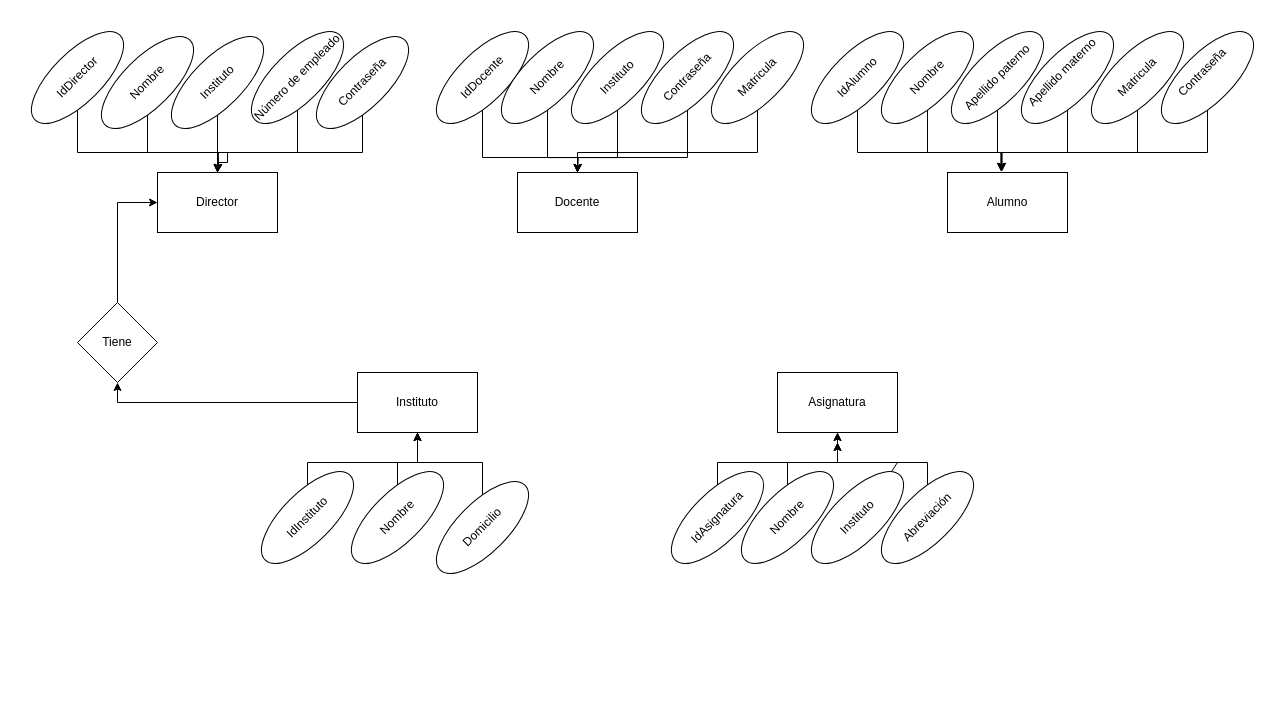
This is Diagrama sin título.drawio from LawAG/project, a draw.io file, before an edit. Source tidied: cells renumbered, new cells numbered last; positions are measured from the earlier drawing's top-left corner, leaving out a move shared by most shapes. Both pictures are drawn from the tidied source at 100%, with x=0, y=0 at pixel (17, 52).
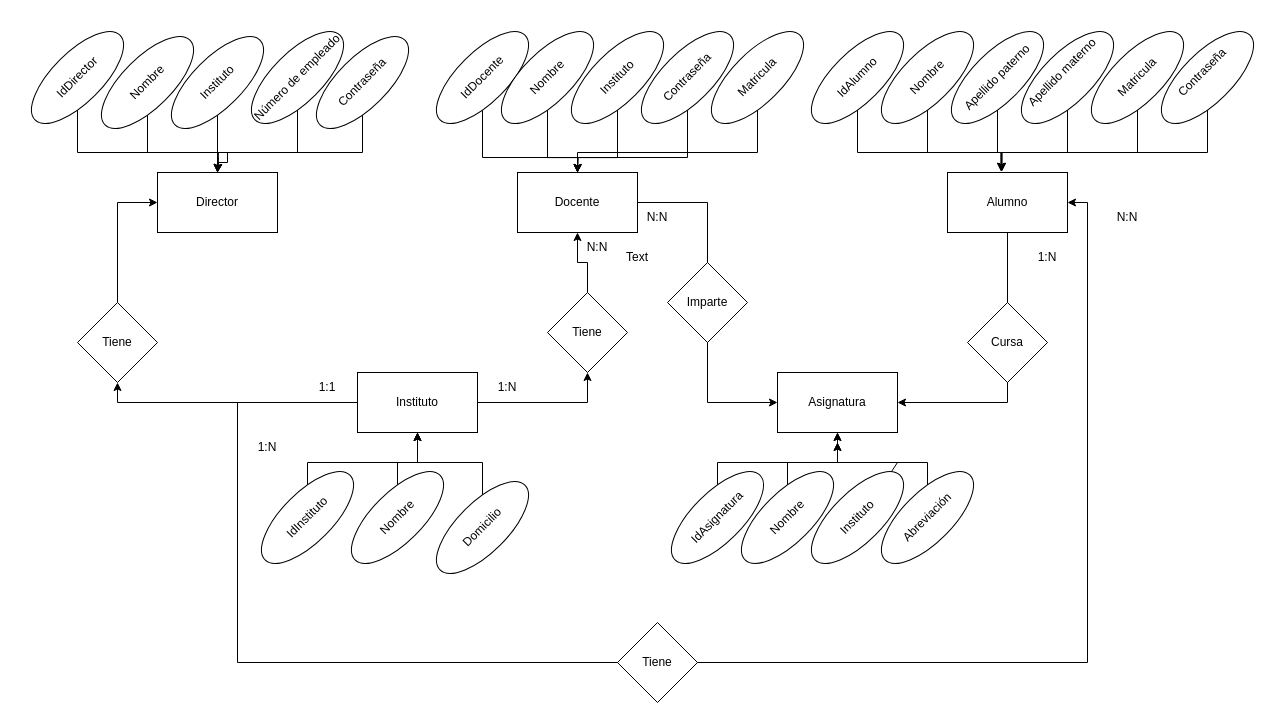
The same diagram, later.

Unchanged cells that the change refers to:
```xml
<mxCell id="13" value="&lt;div&gt;Docente &lt;br&gt;&lt;/div&gt;" style="rounded=0;whiteSpace=wrap;html=1;" parent="1" vertex="1">
  <mxGeometry x="500" y="120" width="120" height="60" as="geometry" />
</mxCell>
<mxCell id="24" value="Alumno " style="rounded=0;whiteSpace=wrap;html=1;" parent="1" vertex="1">
  <mxGeometry x="930" y="120" width="120" height="60" as="geometry" />
</mxCell>
<mxCell id="38" value="Instituto" style="rounded=0;whiteSpace=wrap;html=1;" parent="1" vertex="1">
  <mxGeometry x="340" y="320" width="120" height="60" as="geometry" />
</mxCell>
<mxCell id="45" value="Asignatura" style="rounded=0;whiteSpace=wrap;html=1;" parent="1" vertex="1">
  <mxGeometry x="760" y="320" width="120" height="60" as="geometry" />
</mxCell>
```

Change to the diagram source:
```diff
@@
+    <mxCell id="56" style="edgeStyle=orthogonalEdgeStyle;rounded=0;jettySize=auto;html=1;entryX=0;entryY=0.5;entryDx=0;entryDy=0;" parent="1" edge="1" source="13" target="45">
+      <mxGeometry relative="1" as="geometry" />
+    </mxCell>
@@
+    <mxCell id="57" style="edgeStyle=orthogonalEdgeStyle;rounded=0;jettySize=auto;html=1;entryX=1;entryY=0.5;entryDx=0;entryDy=0;" parent="1" edge="1" source="24" target="45">
+      <mxGeometry relative="1" as="geometry">
+        <Array as="points">
+          <mxPoint x="990" y="350" />
+        </Array>
+      </mxGeometry>
+    </mxCell>
@@
+    <mxCell id="58" style="edgeStyle=orthogonalEdgeStyle;rounded=0;jettySize=auto;html=1;exitX=1;exitY=0.5;exitDx=0;exitDy=0;entryX=0.5;entryY=1;entryDx=0;entryDy=0;" parent="1" edge="1" source="38" target="62">
+      <mxGeometry relative="1" as="geometry" />
+    </mxCell>
+    <mxCell id="59" style="edgeStyle=orthogonalEdgeStyle;rounded=0;jettySize=auto;html=1;entryX=1;entryY=0.5;entryDx=0;entryDy=0;" parent="1" edge="1" source="38" target="24">
+      <mxGeometry relative="1" as="geometry">
+        <Array as="points">
+          <mxPoint x="220" y="350" />
+          <mxPoint x="220" y="610" />
+          <mxPoint x="1070" y="610" />
+          <mxPoint x="1070" y="150" />
+        </Array>
+      </mxGeometry>
+    </mxCell>
@@
+    <mxCell id="60" value="1:1" style="text;html=1;strokeColor=none;fillColor=none;align=center;verticalAlign=middle;whiteSpace=wrap;rounded=0;" parent="1" vertex="1">
+      <mxGeometry x="280" y="320" width="60" height="30" as="geometry" />
+    </mxCell>
+    <mxCell id="61" style="edgeStyle=orthogonalEdgeStyle;rounded=0;jettySize=auto;html=1;exitX=0.5;exitY=0;exitDx=0;exitDy=0;entryX=0.5;entryY=1;entryDx=0;entryDy=0;" parent="1" edge="1" source="62" target="13">
+      <mxGeometry relative="1" as="geometry" />
+    </mxCell>
+    <mxCell id="62" value="Tiene" style="rhombus;whiteSpace=wrap;html=1;" parent="1" vertex="1">
+      <mxGeometry x="530" y="240" width="80" height="80" as="geometry" />
+    </mxCell>
+    <mxCell id="63" value="1:N" style="text;html=1;strokeColor=none;fillColor=none;align=center;verticalAlign=middle;whiteSpace=wrap;rounded=0;" parent="1" vertex="1">
+      <mxGeometry x="460" y="320" width="60" height="30" as="geometry" />
+    </mxCell>
+    <mxCell id="64" value="N:N" style="text;html=1;strokeColor=none;fillColor=none;align=center;verticalAlign=middle;whiteSpace=wrap;rounded=0;" parent="1" vertex="1">
+      <mxGeometry x="550" y="180" width="60" height="30" as="geometry" />
+    </mxCell>
+    <mxCell id="65" value="1:N" style="text;html=1;strokeColor=none;fillColor=none;align=center;verticalAlign=middle;whiteSpace=wrap;rounded=0;" parent="1" vertex="1">
+      <mxGeometry x="220" y="380" width="60" height="30" as="geometry" />
+    </mxCell>
+    <mxCell id="66" value="Text" style="text;html=1;strokeColor=none;fillColor=none;align=center;verticalAlign=middle;whiteSpace=wrap;rounded=0;" parent="1" vertex="1">
+      <mxGeometry x="590" y="190" width="60" height="30" as="geometry" />
+    </mxCell>
+    <mxCell id="67" value="N:N" style="text;html=1;strokeColor=none;fillColor=none;align=center;verticalAlign=middle;whiteSpace=wrap;rounded=0;" parent="1" vertex="1">
+      <mxGeometry x="1080" y="150" width="60" height="30" as="geometry" />
+    </mxCell>
+    <mxCell id="68" value="N:N" style="text;html=1;strokeColor=none;fillColor=none;align=center;verticalAlign=middle;whiteSpace=wrap;rounded=0;" parent="1" vertex="1">
+      <mxGeometry x="610" y="150" width="60" height="30" as="geometry" />
+    </mxCell>
+    <mxCell id="69" value="1:N" style="text;html=1;strokeColor=none;fillColor=none;align=center;verticalAlign=middle;whiteSpace=wrap;rounded=0;" parent="1" vertex="1">
+      <mxGeometry x="1000" y="190" width="60" height="30" as="geometry" />
+    </mxCell>
+    <mxCell id="70" value="Imparte" style="rhombus;whiteSpace=wrap;html=1;" parent="1" vertex="1">
+      <mxGeometry x="650" y="210" width="80" height="80" as="geometry" />
+    </mxCell>
+    <mxCell id="71" value="Cursa" style="rhombus;whiteSpace=wrap;html=1;" parent="1" vertex="1">
+      <mxGeometry x="950" y="250" width="80" height="80" as="geometry" />
+    </mxCell>
+    <mxCell id="72" value="Tiene" style="rhombus;whiteSpace=wrap;html=1;" parent="1" vertex="1">
+      <mxGeometry x="600" y="570" width="80" height="80" as="geometry" />
+    </mxCell>
```
